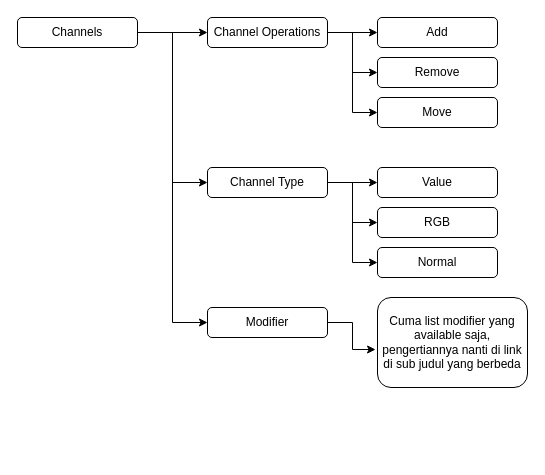
agnira/diagram keeps this draw.io diagram as share/Untitled Diagram.drawio. Above is the earlier version. Source tidied: cells renumbered, new cells numbered last; positions are measured from the earlier drawing's top-left corner, leaving out a move shared by most shapes. Both pictures are drawn from the tidied source at 100%, with x=0, y=0 at pixel (17, 17).
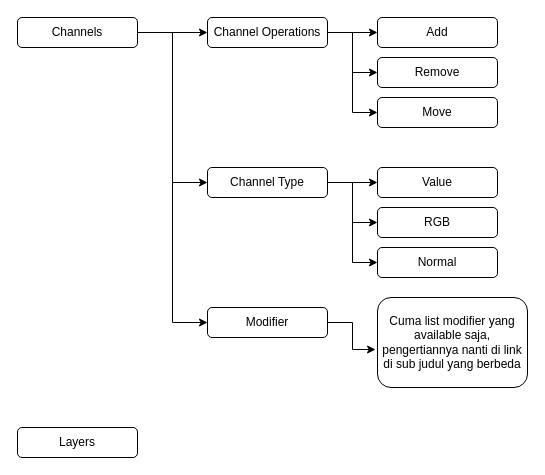
The same page after the edit.

What changed in the source:
```diff
@@
+    <mxCell id="23" value="Layers" style="rounded=1;whiteSpace=wrap;html=1;" parent="1" vertex="1">
+      <mxGeometry y="410" width="120" height="30" as="geometry" />
+    </mxCell>
```
